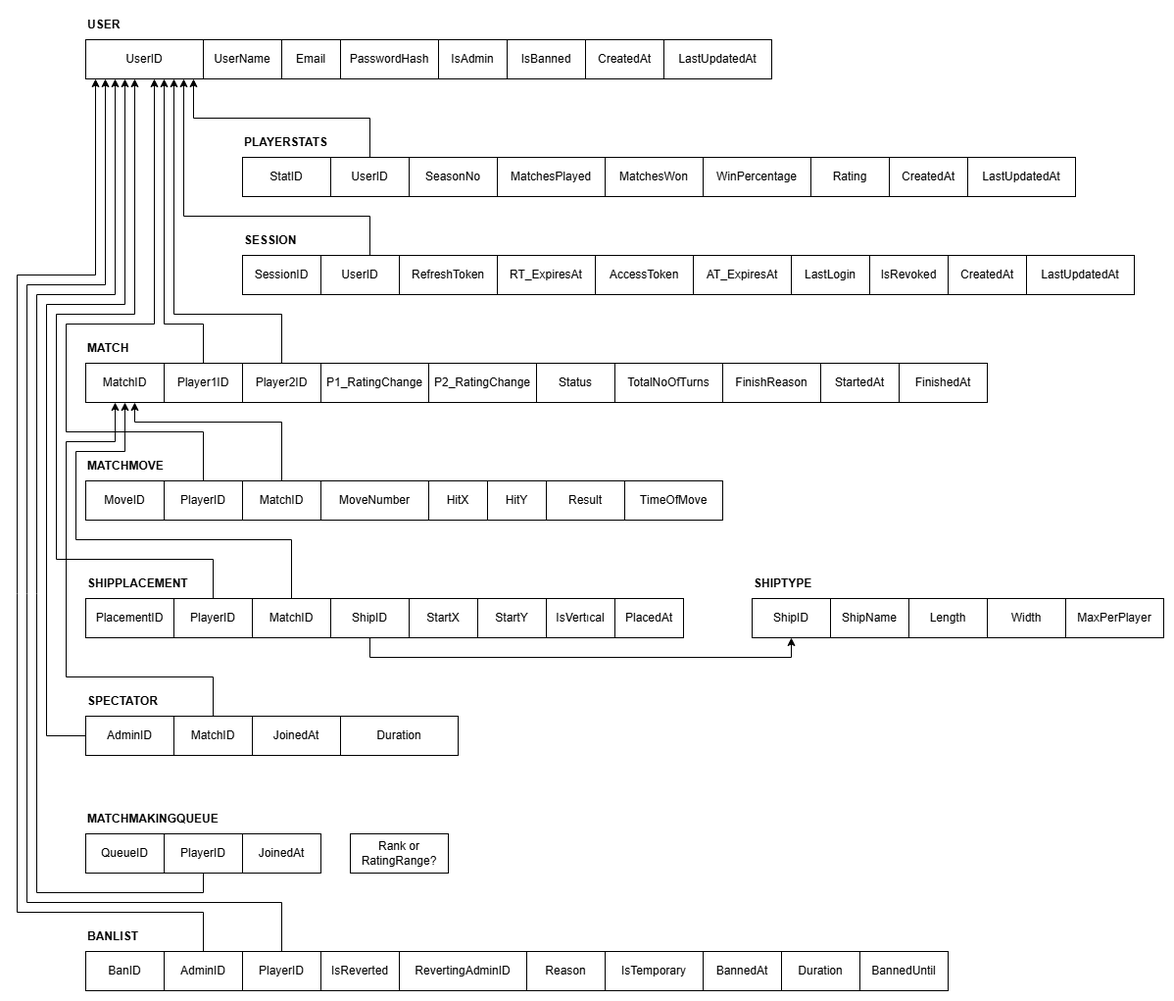
Earlier version of the draw.io export Documentation/BattleGrid_Relational_Diagram.png (emironan/BattleGrid). Source tidied: cells renumbered, new cells last; positions are measured from the earlier drawing's top-left corner, leaving out a move shared by most shapes.
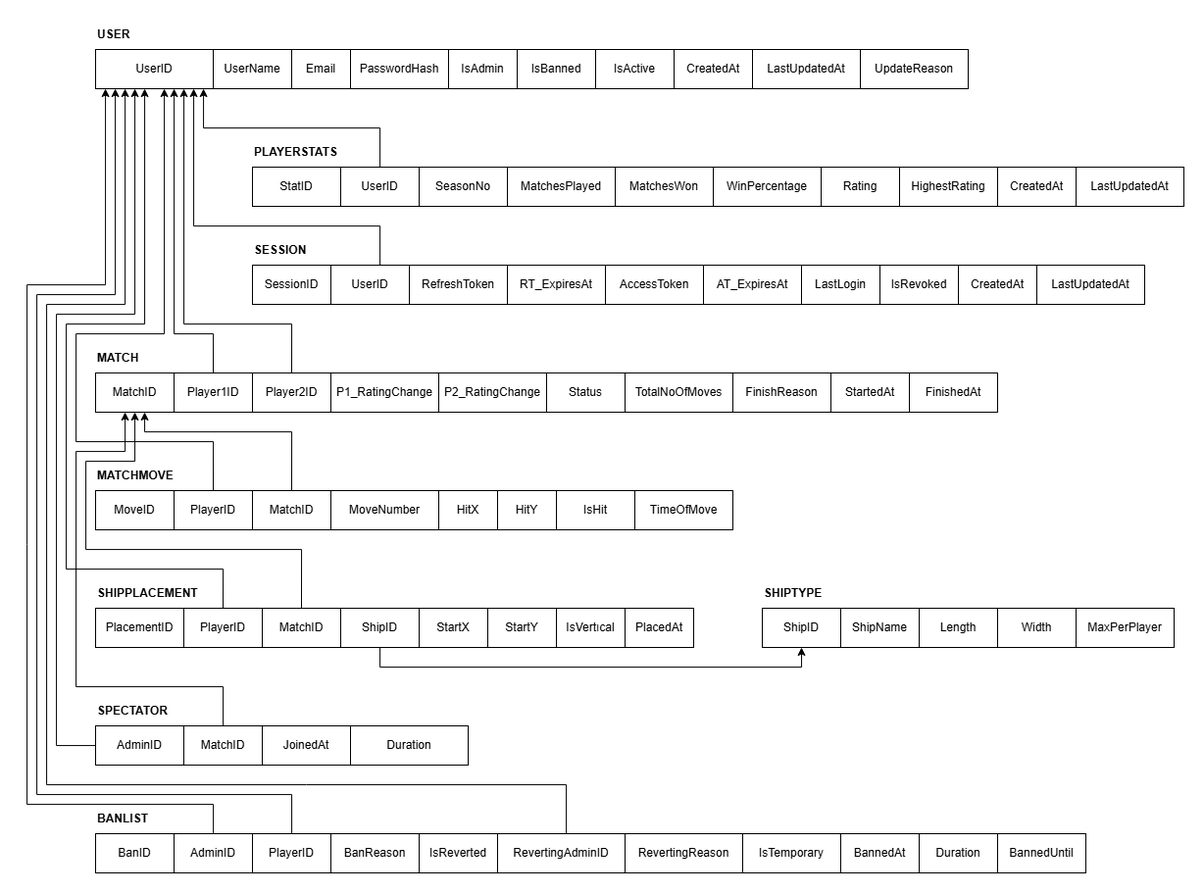
Above is the later version.

Diff of the diagram source:
```diff
@@ -21,10 +21,10 @@
       <mxGeometry x="500" y="30" width="80" height="40" as="geometry" />
     </mxCell>
     <mxCell id="8" value="CreatedAt" style="rounded=0;whiteSpace=wrap;html=1;fillColor=none;" parent="1" vertex="1">
-      <mxGeometry x="580" y="30" width="80" height="40" as="geometry" />
+      <mxGeometry x="660" y="30" width="80" height="40" as="geometry" />
     </mxCell>
     <mxCell id="9" value="LastUpdatedAt" style="rounded=0;whiteSpace=wrap;html=1;fillColor=none;" parent="1" vertex="1">
-      <mxGeometry x="660" y="30" width="110" height="40" as="geometry" />
+      <mxGeometry x="740" y="30" width="110" height="40" as="geometry" />
     </mxCell>
     <mxCell id="10" value="USER" style="text;html=1;whiteSpace=wrap;strokeColor=none;fillColor=none;align=left;verticalAlign=middle;rounded=0;fontStyle=1;" parent="1" vertex="1">
       <mxGeometry x="70" width="60" height="30" as="geometry" />
@@ -65,7 +65,7 @@
     <mxCell id="22" value="HitY" style="rounded=0;whiteSpace=wrap;html=1;fillColor=none;" parent="1" vertex="1">
       <mxGeometry x="480" y="480" width="60" height="40" as="geometry" />
     </mxCell>
-    <mxCell id="23" value="Result" style="rounded=0;whiteSpace=wrap;html=1;fillColor=none;" parent="1" vertex="1">
+    <mxCell id="23" value="IsHit" style="rounded=0;whiteSpace=wrap;html=1;fillColor=none;" parent="1" vertex="1">
       <mxGeometry x="540" y="480" width="80" height="40" as="geometry" />
     </mxCell>
     <mxCell id="24" value="MoveNumber" style="rounded=0;whiteSpace=wrap;html=1;fillColor=none;" parent="1" vertex="1">
@@ -203,74 +203,49 @@
     <mxCell id="50" value="Duration" style="rounded=0;whiteSpace=wrap;html=1;fillColor=none;" parent="1" vertex="1">
       <mxGeometry x="330" y="720" width="120" height="40" as="geometry" />
     </mxCell>
-    <mxCell id="51" value="TotalNoOfTurns" style="rounded=0;whiteSpace=wrap;html=1;fillColor=none;" parent="1" vertex="1">
+    <mxCell id="51" value="TotalNoOfMoves" style="rounded=0;whiteSpace=wrap;html=1;fillColor=none;" parent="1" vertex="1">
       <mxGeometry x="610" y="360" width="110" height="40" as="geometry" />
     </mxCell>
-    <mxCell id="52" value="MATCHMAKINGQUEUE" style="text;html=1;whiteSpace=wrap;strokeColor=none;fillColor=none;align=left;verticalAlign=middle;rounded=0;fontStyle=1;" parent="1" vertex="1">
-      <mxGeometry x="70" y="810" width="60" height="30" as="geometry" />
-    </mxCell>
-    <mxCell id="53" value="QueueID" style="rounded=0;whiteSpace=wrap;html=1;fillColor=none;" parent="1" vertex="1">
-      <mxGeometry x="70" y="840" width="80" height="40" as="geometry" />
-    </mxCell>
-    <mxCell id="54" style="edgeStyle=orthogonalEdgeStyle;rounded=0;jettySize=auto;html=1;exitX=0.5;exitY=1;exitDx=0;exitDy=0;" parent="1" edge="1" source="55" target="2">
-      <mxGeometry relative="1" as="geometry">
-        <Array as="points">
-          <mxPoint x="190" y="900" />
-          <mxPoint x="20" y="900" />
-          <mxPoint x="20" y="290" />
-          <mxPoint x="100" y="290" />
-        </Array>
-      </mxGeometry>
-    </mxCell>
-    <mxCell id="55" value="PlayerID" style="rounded=0;whiteSpace=wrap;html=1;fillColor=none;" parent="1" vertex="1">
-      <mxGeometry x="150" y="840" width="80" height="40" as="geometry" />
-    </mxCell>
-    <mxCell id="56" value="JoinedAt" style="rounded=0;whiteSpace=wrap;html=1;fillColor=none;" parent="1" vertex="1">
-      <mxGeometry x="230" y="840" width="80" height="40" as="geometry" />
-    </mxCell>
-    <mxCell id="57" value="Rank or RatingRange?" style="rounded=0;whiteSpace=wrap;html=1;fillColor=none;" parent="1" vertex="1">
-      <mxGeometry x="340" y="840" width="100" height="40" as="geometry" />
-    </mxCell>
     <mxCell id="58" value="BANLIST" style="text;html=1;whiteSpace=wrap;strokeColor=none;fillColor=none;align=left;verticalAlign=middle;rounded=0;fontStyle=1;" parent="1" vertex="1">
-      <mxGeometry x="70" y="930" width="60" height="30" as="geometry" />
+      <mxGeometry x="70" y="800" width="60" height="30" as="geometry" />
     </mxCell>
     <mxCell id="59" value="BanID" style="rounded=0;whiteSpace=wrap;html=1;fillColor=none;" parent="1" vertex="1">
-      <mxGeometry x="70" y="960" width="80" height="40" as="geometry" />
+      <mxGeometry x="70" y="830" width="80" height="40" as="geometry" />
     </mxCell>
     <mxCell id="60" style="edgeStyle=orthogonalEdgeStyle;rounded=0;jettySize=auto;html=1;" parent="1" edge="1" source="61" target="2">
       <mxGeometry relative="1" as="geometry">
         <Array as="points">
-          <mxPoint x="190" y="920" />
-          <mxPoint y="920" />
+          <mxPoint x="190" y="800" />
+          <mxPoint y="800" />
           <mxPoint y="270" />
           <mxPoint x="80" y="270" />
         </Array>
       </mxGeometry>
     </mxCell>
     <mxCell id="61" value="AdminID" style="rounded=0;whiteSpace=wrap;html=1;fillColor=none;" parent="1" vertex="1">
-      <mxGeometry x="150" y="960" width="80" height="40" as="geometry" />
+      <mxGeometry x="150" y="830" width="80" height="40" as="geometry" />
     </mxCell>
     <mxCell id="62" style="edgeStyle=orthogonalEdgeStyle;rounded=0;jettySize=auto;html=1;" parent="1" edge="1" source="63" target="2">
       <mxGeometry relative="1" as="geometry">
         <Array as="points">
-          <mxPoint x="270" y="910" />
-          <mxPoint x="10" y="910" />
+          <mxPoint x="270" y="790" />
+          <mxPoint x="10" y="790" />
           <mxPoint x="10" y="280" />
           <mxPoint x="90" y="280" />
         </Array>
       </mxGeometry>
     </mxCell>
     <mxCell id="63" value="PlayerID" style="rounded=0;whiteSpace=wrap;html=1;fillColor=none;" parent="1" vertex="1">
-      <mxGeometry x="230" y="960" width="80" height="40" as="geometry" />
+      <mxGeometry x="230" y="830" width="80" height="40" as="geometry" />
     </mxCell>
-    <mxCell id="64" value="Reason" style="rounded=0;whiteSpace=wrap;html=1;fillColor=none;" parent="1" vertex="1">
-      <mxGeometry x="520" y="960" width="80" height="40" as="geometry" />
+    <mxCell id="64" value="RevertingReason" style="rounded=0;whiteSpace=wrap;html=1;fillColor=none;" parent="1" vertex="1">
+      <mxGeometry x="610" y="830" width="120" height="40" as="geometry" />
     </mxCell>
     <mxCell id="65" value="IsReverted" style="rounded=0;whiteSpace=wrap;html=1;fillColor=none;" parent="1" vertex="1">
-      <mxGeometry x="310" y="960" width="80" height="40" as="geometry" />
+      <mxGeometry x="400" y="830" width="80" height="40" as="geometry" />
     </mxCell>
     <mxCell id="66" value="BannedAt" style="rounded=0;whiteSpace=wrap;html=1;fillColor=none;" parent="1" vertex="1">
-      <mxGeometry x="700" y="960" width="80" height="40" as="geometry" />
+      <mxGeometry x="830" y="830" width="80" height="40" as="geometry" />
     </mxCell>
     <mxCell id="67" value="SESSION" style="text;html=1;whiteSpace=wrap;strokeColor=none;fillColor=none;align=left;verticalAlign=middle;rounded=0;fontStyle=1;" parent="1" vertex="1">
       <mxGeometry x="230" y="220" width="60" height="30" as="geometry" />
@@ -335,13 +310,13 @@
       <mxGeometry x="240" y="720" width="90" height="40" as="geometry" />
     </mxCell>
     <mxCell id="86" value="IsTemporary" style="rounded=0;whiteSpace=wrap;html=1;fillColor=none;" parent="1" vertex="1">
-      <mxGeometry x="600" y="960" width="100" height="40" as="geometry" />
+      <mxGeometry x="730" y="830" width="100" height="40" as="geometry" />
     </mxCell>
     <mxCell id="87" value="Duration" style="rounded=0;whiteSpace=wrap;html=1;fillColor=none;" parent="1" vertex="1">
-      <mxGeometry x="780" y="960" width="80" height="40" as="geometry" />
+      <mxGeometry x="910" y="830" width="80" height="40" as="geometry" />
     </mxCell>
     <mxCell id="88" value="BannedUntil" style="rounded=0;whiteSpace=wrap;html=1;fillColor=none;" parent="1" vertex="1">
-      <mxGeometry x="860" y="960" width="90" height="40" as="geometry" />
+      <mxGeometry x="990" y="830" width="90" height="40" as="geometry" />
     </mxCell>
     <mxCell id="89" value="PlacedAt" style="rounded=0;whiteSpace=wrap;html=1;fillColor=none;" parent="1" vertex="1">
       <mxGeometry x="610" y="600" width="70" height="40" as="geometry" />
@@ -379,13 +354,35 @@
       <mxGeometry x="810" y="150" width="80" height="40" as="geometry" />
     </mxCell>
     <mxCell id="99" value="CreatedAt" style="rounded=0;whiteSpace=wrap;html=1;fillColor=none;" parent="1" vertex="1">
-      <mxGeometry x="890" y="150" width="80" height="40" as="geometry" />
+      <mxGeometry x="990" y="150" width="80" height="40" as="geometry" />
     </mxCell>
     <mxCell id="100" value="LastUpdatedAt" style="rounded=0;whiteSpace=wrap;html=1;fillColor=none;" parent="1" vertex="1">
-      <mxGeometry x="970" y="150" width="110" height="40" as="geometry" />
+      <mxGeometry x="1070" y="150" width="110" height="40" as="geometry" />
     </mxCell>
+    <mxCell id="102" style="edgeStyle=orthogonalEdgeStyle;rounded=0;jettySize=auto;html=1;" parent="1" edge="1" source="101" target="2">
+      <mxGeometry relative="1" as="geometry">
+        <Array as="points">
+          <mxPoint x="550" y="780" />
+          <mxPoint x="20" y="780" />
+          <mxPoint x="20" y="290" />
+          <mxPoint x="100" y="290" />
+        </Array>
+      </mxGeometry>
+    </mxCell>
     <mxCell id="101" value="RevertingAdminID" style="rounded=0;whiteSpace=wrap;html=1;fillColor=none;" parent="1" vertex="1">
-      <mxGeometry x="390" y="960" width="130" height="40" as="geometry" />
+      <mxGeometry x="480" y="830" width="130" height="40" as="geometry" />
     </mxCell>
+    <mxCell id="103" value="HighestRating" style="rounded=0;whiteSpace=wrap;html=1;fillColor=none;" parent="1" vertex="1">
+      <mxGeometry x="890" y="150" width="100" height="40" as="geometry" />
+    </mxCell>
+    <mxCell id="104" value="IsActive" style="rounded=0;whiteSpace=wrap;html=1;fillColor=none;" parent="1" vertex="1">
+      <mxGeometry x="580" y="30" width="80" height="40" as="geometry" />
+    </mxCell>
+    <mxCell id="105" value="UpdateReason" style="rounded=0;whiteSpace=wrap;html=1;fillColor=none;" parent="1" vertex="1">
+      <mxGeometry x="850" y="30" width="110" height="40" as="geometry" />
+    </mxCell>
+    <mxCell id="106" value="BanReason" style="rounded=0;whiteSpace=wrap;html=1;fillColor=none;" parent="1" vertex="1">
+      <mxGeometry x="310" y="830" width="90" height="40" as="geometry" />
+    </mxCell>
   </root>
 </mxGraphModel>
```
